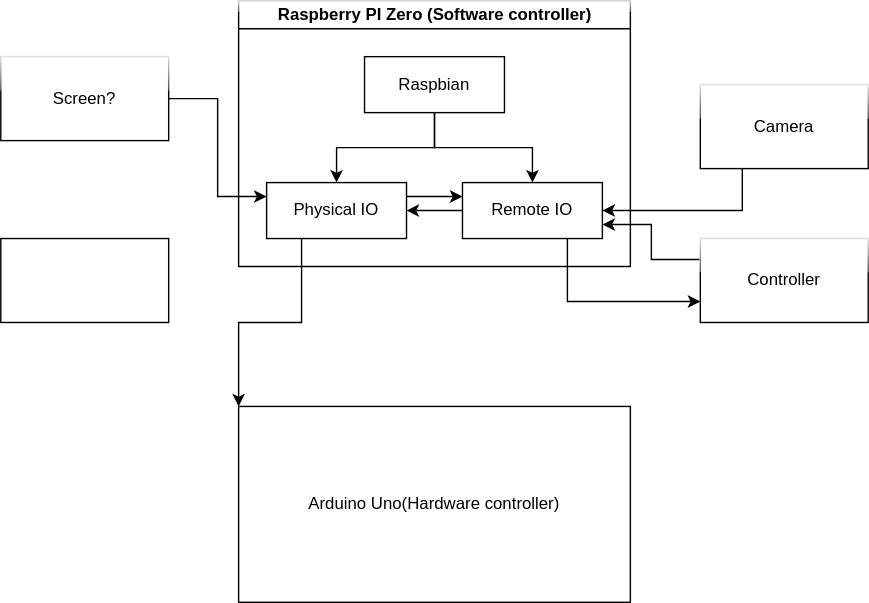
Above: Elecronics and programming roadmap.svg in Wilkuu-1/PWS-DefuseBot (draw.io), before the change. Source tidied: cells renumbered, new cells last; positions are measured from the earlier drawing's top-left corner, leaving out a move shared by most shapes.
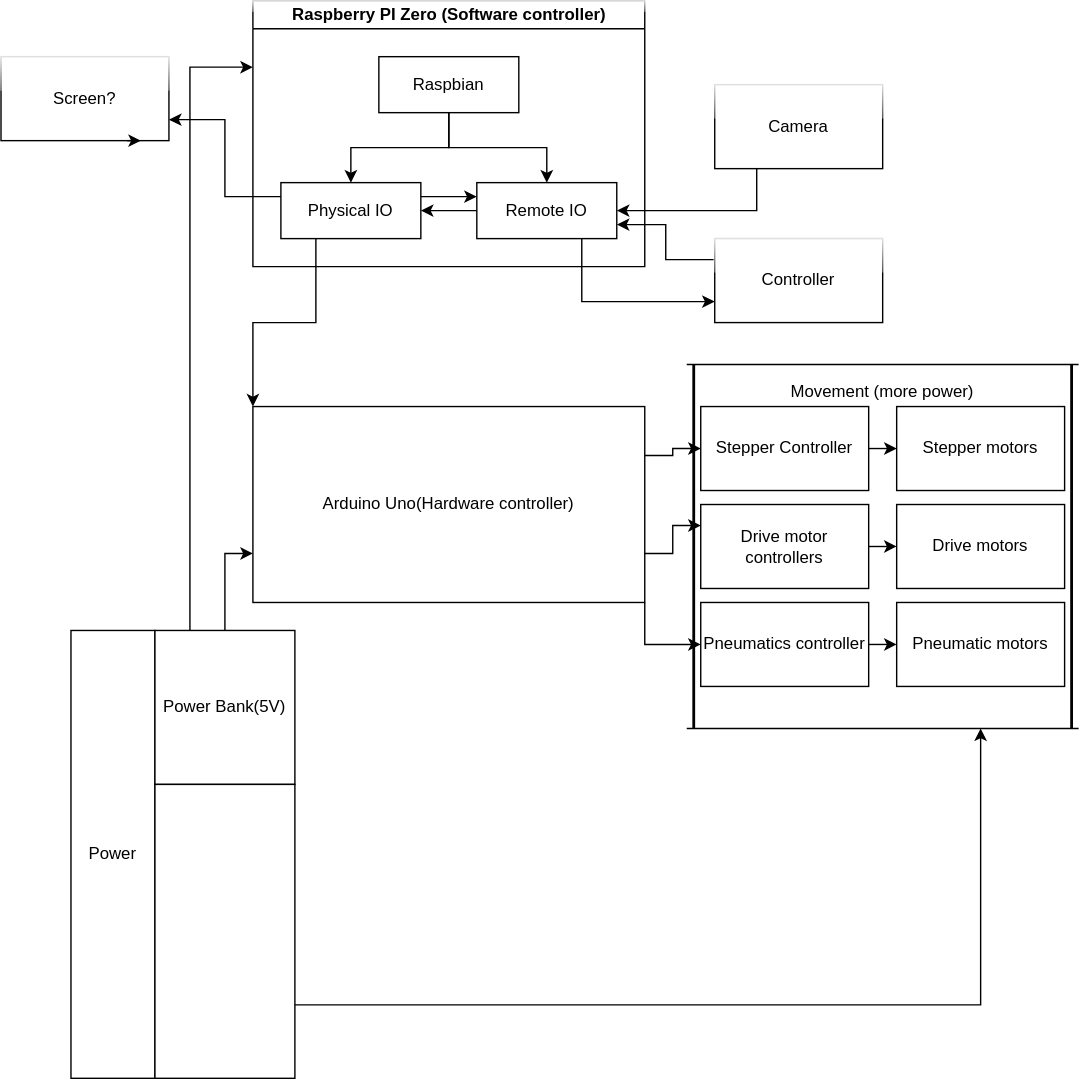
After the change.

Change to the diagram source:
```diff
@@ -38,6 +38,15 @@
     <mxCell id="13" value="Controller" style="rounded=0;whiteSpace=wrap;html=1;shadow=0;glass=1;comic=0;sketch=0;" parent="1" vertex="1">
       <mxGeometry x="500" y="170" width="120" height="60" as="geometry" />
     </mxCell>
+    <mxCell id="21" style="edgeStyle=orthogonalEdgeStyle;rounded=0;jettySize=auto;html=1;exitX=1;exitY=0.25;exitDx=0;exitDy=0;entryX=0;entryY=0.5;entryDx=0;entryDy=0;" parent="1" edge="1" source="14" target="26">
+      <mxGeometry relative="1" as="geometry" />
+    </mxCell>
+    <mxCell id="22" style="edgeStyle=orthogonalEdgeStyle;rounded=0;jettySize=auto;html=1;exitX=1;exitY=0.75;exitDx=0;exitDy=0;entryX=0;entryY=0.25;entryDx=0;entryDy=0;" parent="1" edge="1" source="14" target="28">
+      <mxGeometry relative="1" as="geometry" />
+    </mxCell>
+    <mxCell id="23" style="edgeStyle=orthogonalEdgeStyle;rounded=0;jettySize=auto;html=1;exitX=1;exitY=1;exitDx=0;exitDy=0;entryX=0;entryY=0.5;entryDx=0;entryDy=0;" parent="1" edge="1" source="14" target="30">
+      <mxGeometry relative="1" as="geometry" />
+    </mxCell>
     <mxCell id="14" value="Arduino Uno(Hardware controller)" style="rounded=0;whiteSpace=wrap;html=1;shadow=0;glass=0;comic=0;sketch=0;" parent="1" vertex="1">
       <mxGeometry x="170" y="290" width="280" height="140" as="geometry" />
     </mxCell>
@@ -47,19 +56,78 @@
     <mxCell id="16" style="edgeStyle=orthogonalEdgeStyle;rounded=0;jettySize=auto;html=1;exitX=0.75;exitY=1;exitDx=0;exitDy=0;entryX=0;entryY=0.75;entryDx=0;entryDy=0;" parent="1" edge="1" source="7" target="13">
       <mxGeometry relative="1" as="geometry" />
     </mxCell>
-    <mxCell id="17" style="edgeStyle=orthogonalEdgeStyle;rounded=0;jettySize=auto;html=1;exitX=1;exitY=0.5;exitDx=0;exitDy=0;entryX=0;entryY=0.25;entryDx=0;entryDy=0;" parent="1" edge="1" source="18" target="4">
+    <mxCell id="17" style="edgeStyle=orthogonalEdgeStyle;rounded=0;orthogonalLoop=1;jettySize=auto;html=1;exitX=1;exitY=0.5;exitDx=0;exitDy=0;entryX=1;entryY=0.5;entryDx=0;entryDy=0;" parent="1" edge="1" source="18" target="18">
       <mxGeometry relative="1" as="geometry" />
     </mxCell>
     <mxCell id="18" value="Screen?" style="rounded=0;whiteSpace=wrap;html=1;shadow=0;glass=1;comic=0;sketch=0;" parent="1" vertex="1">
-      <mxGeometry y="40" width="120" height="60" as="geometry" />
+      <mxGeometry x="-10" y="40" width="120" height="60" as="geometry" />
     </mxCell>
     <mxCell id="19" style="edgeStyle=orthogonalEdgeStyle;rounded=0;jettySize=auto;html=1;exitX=0.75;exitY=1;exitDx=0;exitDy=0;" parent="1" edge="1" source="18">
       <mxGeometry relative="1" as="geometry">
         <mxPoint x="90" y="100" as="targetPoint" />
       </mxGeometry>
     </mxCell>
-    <mxCell id="20" style="rounded=0;whiteSpace=wrap;html=1;shadow=0;glass=0;comic=0;sketch=0;" parent="1" vertex="1">
-      <mxGeometry y="170" width="120" height="60" as="geometry" />
-    </mxCell>
+    <mxCell id="24" style="edgeStyle=orthogonalEdgeStyle;rounded=0;jettySize=auto;html=1;exitX=0;exitY=0.25;exitDx=0;exitDy=0;entryX=1;entryY=0.75;entryDx=0;entryDy=0;" parent="1" edge="1" source="4" target="18">
+      <mxGeometry relative="1" as="geometry" />
+    </mxCell>
+    <mxCell id="25" style="edgeStyle=orthogonalEdgeStyle;rounded=0;jettySize=auto;html=1;exitX=1;exitY=0.5;exitDx=0;exitDy=0;entryX=0;entryY=0.5;entryDx=0;entryDy=0;" parent="1" edge="1" source="26" target="31">
+      <mxGeometry relative="1" as="geometry" />
+    </mxCell>
+    <mxCell id="26" value="Stepper Controller" style="rounded=0;whiteSpace=wrap;html=1;shadow=0;glass=0;comic=0;sketch=0;" parent="1" vertex="1">
+      <mxGeometry x="490" y="290" width="120" height="60" as="geometry" />
+    </mxCell>
+    <mxCell id="27" style="edgeStyle=orthogonalEdgeStyle;rounded=0;jettySize=auto;html=1;exitX=1;exitY=0.5;exitDx=0;exitDy=0;entryX=0;entryY=0.5;entryDx=0;entryDy=0;" parent="1" edge="1" source="28" target="32">
+      <mxGeometry relative="1" as="geometry" />
+    </mxCell>
+    <mxCell id="28" value="Drive motor controllers" style="rounded=0;whiteSpace=wrap;html=1;shadow=0;glass=0;comic=0;sketch=0;" parent="1" vertex="1">
+      <mxGeometry x="490" y="360" width="120" height="60" as="geometry" />
+    </mxCell>
+    <mxCell id="29" style="edgeStyle=orthogonalEdgeStyle;rounded=0;jettySize=auto;html=1;exitX=1;exitY=0.5;exitDx=0;exitDy=0;entryX=0;entryY=0.5;entryDx=0;entryDy=0;" parent="1" edge="1" source="30" target="33">
+      <mxGeometry relative="1" as="geometry" />
+    </mxCell>
+    <mxCell id="30" value="Pneumatics controller" style="rounded=0;whiteSpace=wrap;html=1;shadow=0;glass=0;comic=0;sketch=0;" parent="1" vertex="1">
+      <mxGeometry x="490" y="430" width="120" height="60" as="geometry" />
+    </mxCell>
+    <mxCell id="31" value="Stepper motors" style="rounded=0;whiteSpace=wrap;html=1;shadow=0;glass=0;comic=0;sketch=0;" parent="1" vertex="1">
+      <mxGeometry x="630" y="290" width="120" height="60" as="geometry" />
+    </mxCell>
+    <mxCell id="32" value="Drive motors" style="rounded=0;whiteSpace=wrap;html=1;shadow=0;glass=0;comic=0;sketch=0;" parent="1" vertex="1">
+      <mxGeometry x="630" y="360" width="120" height="60" as="geometry" />
+    </mxCell>
+    <mxCell id="33" value="Pneumatic motors" style="rounded=0;whiteSpace=wrap;html=1;shadow=0;glass=0;comic=0;sketch=0;" parent="1" vertex="1">
+      <mxGeometry x="630" y="430" width="120" height="60" as="geometry" />
+    </mxCell>
+    <mxCell id="34" value="Power" style="rounded=0;whiteSpace=wrap;html=1;shadow=0;glass=0;comic=0;sketch=0;" parent="1" vertex="1">
+      <mxGeometry x="40" y="450" width="60" height="320" as="geometry" />
+    </mxCell>
+    <mxCell id="35" style="edgeStyle=orthogonalEdgeStyle;rounded=0;jettySize=auto;html=1;exitX=0.5;exitY=0;exitDx=0;exitDy=0;entryX=0;entryY=0.75;entryDx=0;entryDy=0;" parent="1" edge="1" source="37" target="14">
+      <mxGeometry relative="1" as="geometry" />
+    </mxCell>
+    <mxCell id="36" style="edgeStyle=orthogonalEdgeStyle;rounded=0;jettySize=auto;html=1;exitX=0.25;exitY=0;exitDx=0;exitDy=0;entryX=0;entryY=0.25;entryDx=0;entryDy=0;" parent="1" edge="1" source="37" target="2">
+      <mxGeometry relative="1" as="geometry" />
+    </mxCell>
+    <mxCell id="37" value="&lt;div&gt;Power Bank(5V)&lt;/div&gt;" style="rounded=0;whiteSpace=wrap;html=1;shadow=0;glass=0;comic=0;sketch=0;" parent="1" vertex="1">
+      <mxGeometry x="100" y="450" width="100" height="110" as="geometry" />
+    </mxCell>
+    <mxCell id="38" style="edgeStyle=orthogonalEdgeStyle;rounded=0;jettySize=auto;html=1;exitX=1;exitY=0.75;exitDx=0;exitDy=0;entryX=0.75;entryY=1;entryDx=0;entryDy=0;" parent="1" edge="1" source="39" target="40">
+      <mxGeometry relative="1" as="geometry" />
+    </mxCell>
+    <mxCell id="39" style="rounded=0;whiteSpace=wrap;html=1;shadow=0;glass=0;comic=0;sketch=0;" parent="1" vertex="1">
+      <mxGeometry x="100" y="560" width="100" height="210" as="geometry" />
+    </mxCell>
+    <mxCell id="40" style="shape=partialRectangle;whiteSpace=wrap;html=1;left=0;right=0;fillColor=none;rounded=0;shadow=0;glass=0;comic=0;sketch=0;" parent="1" vertex="1">
+      <mxGeometry x="480" y="260" width="280" height="260" as="geometry" />
+    </mxCell>
+    <mxCell id="41" style="line;strokeWidth=2;direction=south;html=1;rounded=0;shadow=0;glass=0;comic=0;sketch=0;" parent="1" vertex="1">
+      <mxGeometry x="480" y="260" width="10" height="260" as="geometry" />
+    </mxCell>
+    <mxCell id="42" style="line;strokeWidth=2;direction=south;html=1;rounded=0;shadow=0;glass=0;comic=0;sketch=0;" parent="1" vertex="1">
+      <mxGeometry x="750" y="260" width="10" height="260" as="geometry" />
+    </mxCell>
+    <object id="43" label="Movement (more power)" name="Variable" placeholders="1">
+      <mxCell style="text;html=1;strokeColor=none;fillColor=none;align=center;verticalAlign=middle;whiteSpace=wrap;overflow=hidden;rounded=0;shadow=0;glass=0;comic=0;sketch=0;" parent="1" vertex="1">
+        <mxGeometry x="550" y="270" width="140" height="20" as="geometry" />
+      </mxCell>
+    </object>
   </root>
 </mxGraphModel>
```
